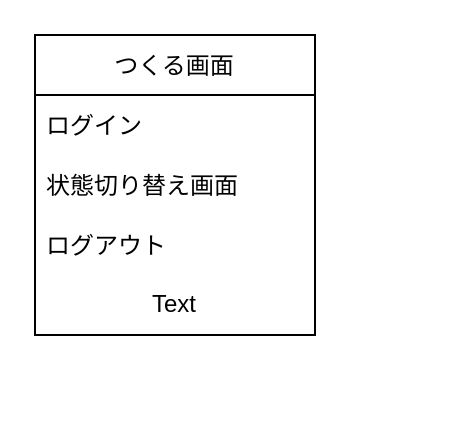
This is page "画面イメージ図" (3 of 3) of 画面設計.drawio from ringohoka/AnnounceSituation, a draw.io file, before an edit. Source tidied: cells renumbered, new cells numbered last; positions are measured from the earlier drawing's top-left corner, leaving out a move shared by most shapes. Both pictures are drawn from the tidied source at 200%, with x=0, y=0 at pixel (34, 34).
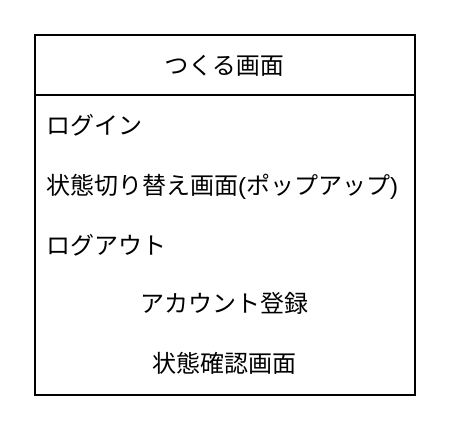
Above is the later version.

Commit message:
画面設計.drawio を更新します

What changed in the source:
```diff
@@
 <mxGraphModel>
   <root>
     <mxCell id="0" />
     <mxCell id="1" parent="0" />
     <mxCell id="2" value="つくる画面" style="swimlane;fontStyle=0;horizontal=1;startSize=30;" parent="1" vertex="1">
-      <mxGeometry width="140" height="150" as="geometry" />
+      <mxGeometry width="190" height="180" as="geometry" />
     </mxCell>
     <mxCell id="3" value="ログイン" style="text;strokeColor=none;fillColor=none;align=left;verticalAlign=middle;spacingLeft=4;spacingRight=4;overflow=hidden;" parent="2" vertex="1">
-      <mxGeometry y="30" width="140" height="30" as="geometry" />
+      <mxGeometry y="30" width="190" height="30" as="geometry" />
     </mxCell>
-    <mxCell id="4" value="状態切り替え画面" style="text;strokeColor=none;fillColor=none;align=left;verticalAlign=middle;spacingLeft=4;spacingRight=4;overflow=hidden;" parent="2" vertex="1">
-      <mxGeometry y="60" width="140" height="30" as="geometry" />
+    <mxCell id="4" value="状態切り替え画面(ポップアップ)" style="text;strokeColor=none;fillColor=none;align=left;verticalAlign=middle;spacingLeft=4;spacingRight=4;overflow=hidden;" parent="2" vertex="1">
+      <mxGeometry y="60" width="190" height="30" as="geometry" />
     </mxCell>
     <mxCell id="5" value="ログアウト" style="text;strokeColor=none;fillColor=none;align=left;verticalAlign=middle;spacingLeft=4;spacingRight=4;overflow=hidden;" parent="2" vertex="1">
-      <mxGeometry y="90" width="140" height="30" as="geometry" />
+      <mxGeometry y="90" width="190" height="30" as="geometry" />
     </mxCell>
-    <mxCell id="6" value="Text" style="text;html=1;strokeColor=none;fillColor=none;align=center;verticalAlign=middle;whiteSpace=wrap;rounded=0;" parent="2" vertex="1">
-      <mxGeometry y="120" width="140" height="30" as="geometry" />
+    <mxCell id="6" value="アカウント登録" style="text;html=1;strokeColor=none;fillColor=none;align=center;verticalAlign=middle;whiteSpace=wrap;rounded=0;" parent="2" vertex="1">
+      <mxGeometry y="120" width="190" height="30" as="geometry" />
     </mxCell>
+    <mxCell id="7" value="状態確認画面" style="text;html=1;strokeColor=none;fillColor=none;align=center;verticalAlign=middle;whiteSpace=wrap;rounded=0;" parent="2" vertex="1">
+      <mxGeometry y="150" width="190" height="30" as="geometry" />
+    </mxCell>
   </root>
 </mxGraphModel>
```
